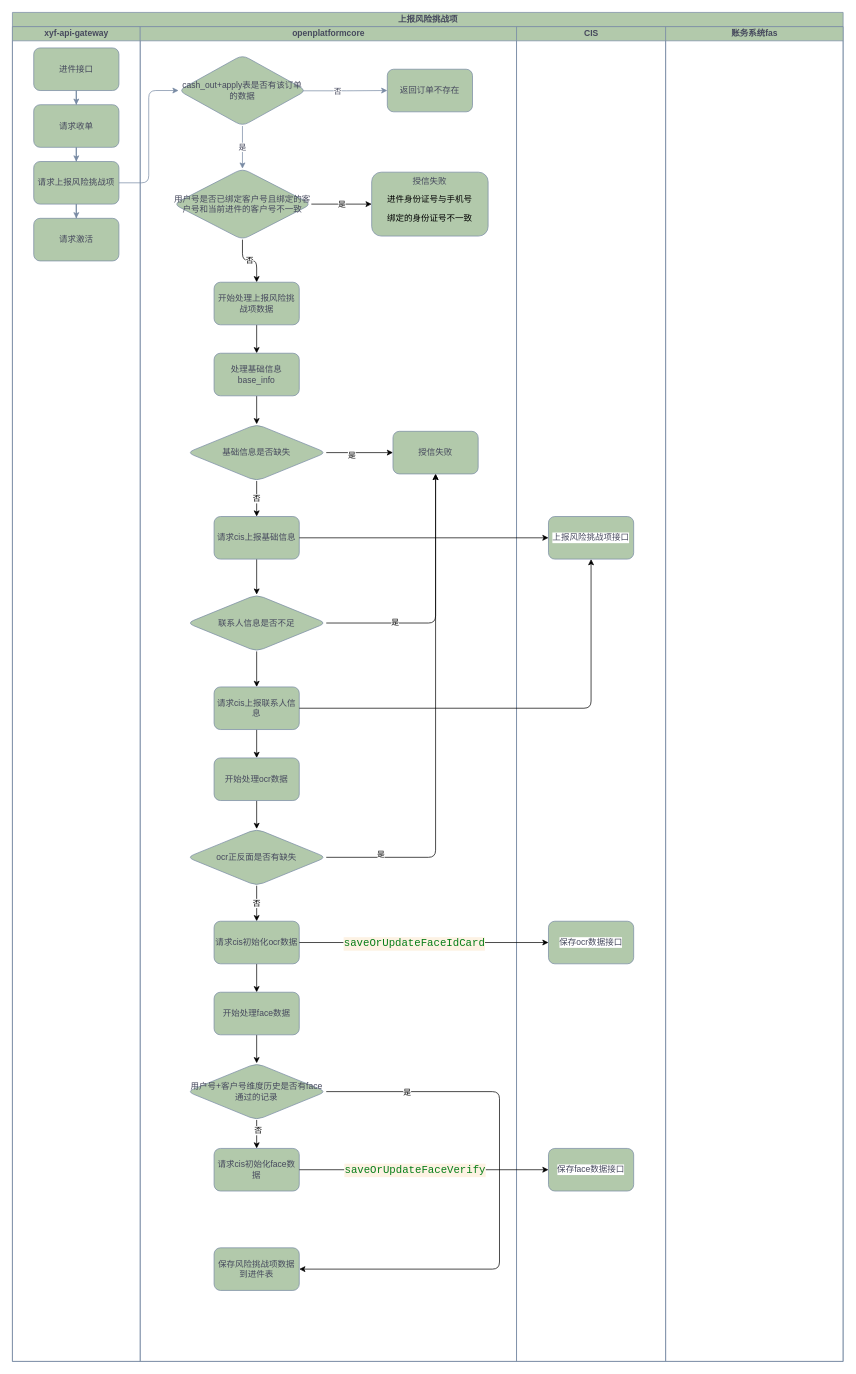
Earlier version of the draw.io diagram api-贷前-上报风险挑战项.drawio (yuanlj-tea/picgo). Source tidied: cells renumbered, new cells numbered last; positions are measured from the earlier drawing's top-left corner, leaving out a move shared by most shapes. Both pictures are drawn from the tidied source at 71%, with x=0, y=0 at pixel (12, 12).
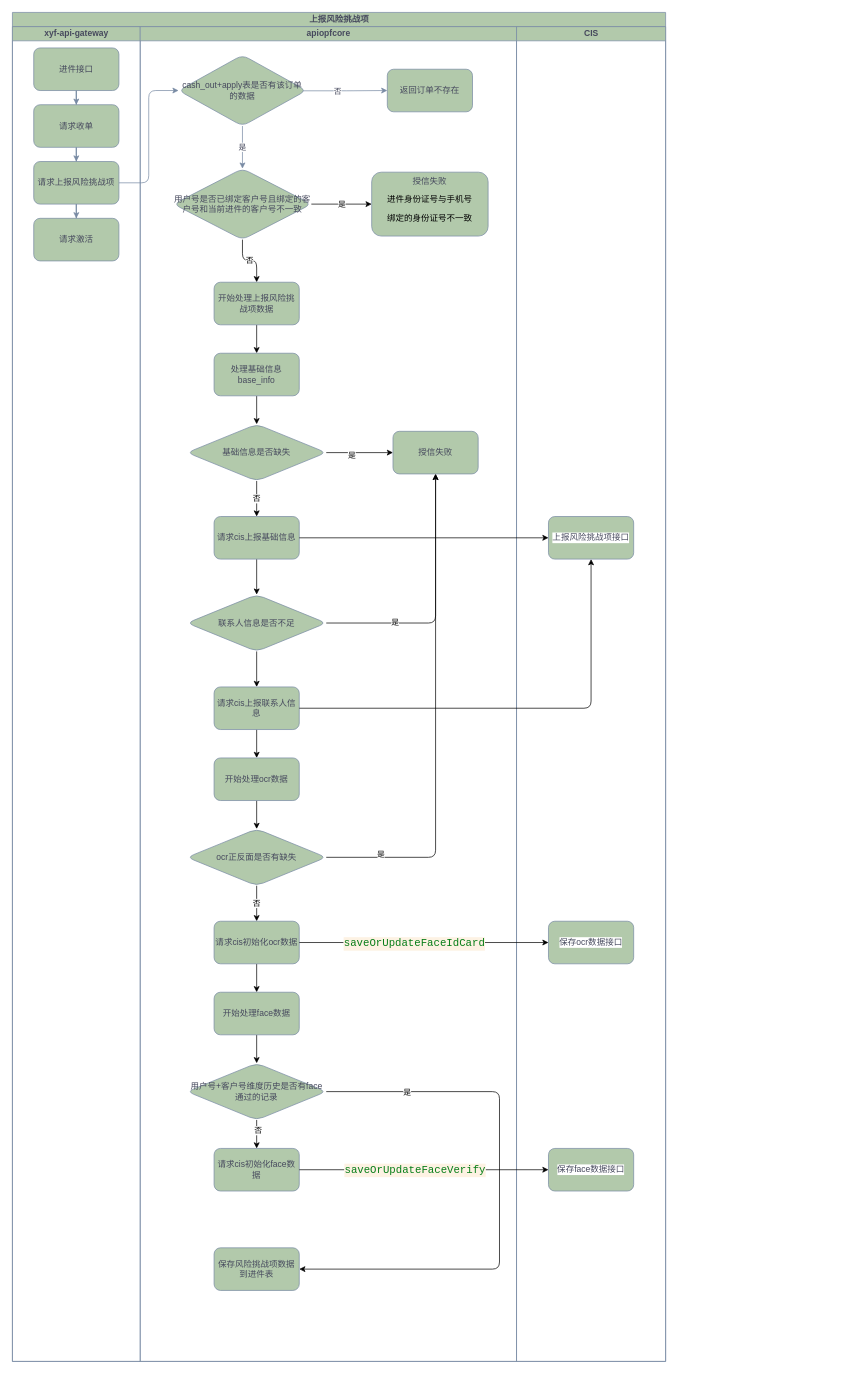
The same diagram, later.

Commit message (it also covers changes not shown here):
更新api-贷前-上报风险挑战项.drawio

Change to the diagram source:
```diff
@@
     <mxCell id="2" value="上报风险挑战项" style="swimlane;startSize=20;html=1;labelBackgroundColor=none;fillColor=#B2C9AB;strokeColor=#788AA3;fontColor=#46495D;" parent="1" vertex="1">
-      <mxGeometry width="1170" height="1900" as="geometry" />
+      <mxGeometry width="920" height="1900" as="geometry" />
     </mxCell>
@@
-    <mxCell id="11" value="openplatformcore" style="swimlane;startSize=20;html=1;labelBackgroundColor=none;fillColor=#B2C9AB;strokeColor=#788AA3;fontColor=#46495D;" parent="2" vertex="1">
+    <mxCell id="11" value="apiopfcore" style="swimlane;startSize=20;html=1;labelBackgroundColor=none;fillColor=#B2C9AB;strokeColor=#788AA3;fontColor=#46495D;" parent="2" vertex="1">
       <mxGeometry x="180" y="20" width="530" height="1880" as="geometry" />
     </mxCell>
@@
-    <mxCell id="60" value="账务系统fas" style="swimlane;startSize=20;html=1;labelBackgroundColor=none;fillColor=#B2C9AB;strokeColor=#788AA3;fontColor=#46495D;" parent="2" vertex="1">
-      <mxGeometry x="920" y="20" width="250" height="1880" as="geometry" />
-    </mxCell>
```
